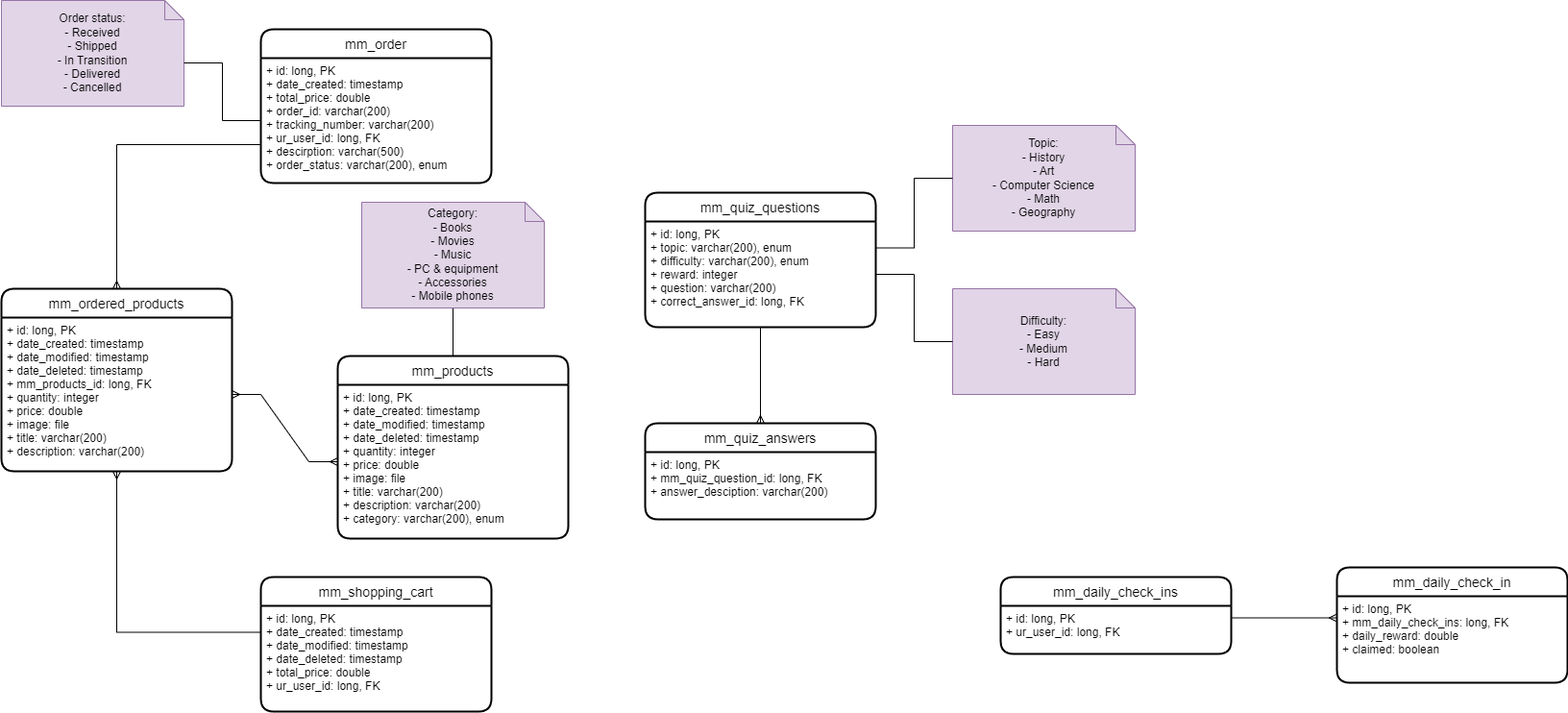
bbozilov26/EMT_2023_backend keeps this draw.io diagram as EMT_diagrams-metamodels.drawio.png. Above is the earlier version. Source tidied: cells renumbered, new cells last; positions are measured from the earlier drawing's top-left corner, leaving out a move shared by most shapes. Source of this version:
```xml
<mxGraphModel>
  <root>
    <mxCell id="0" />
    <mxCell id="1" parent="0" />
    <mxCell id="2" style="edgeStyle=orthogonalEdgeStyle;rounded=0;jettySize=auto;html=1;exitX=0.5;exitY=0;exitDx=0;exitDy=0;entryX=0.5;entryY=1;entryDx=0;entryDy=0;entryPerimeter=0;endArrow=none;endFill=0;" parent="1" edge="1" source="3" target="30">
      <mxGeometry relative="1" as="geometry" />
    </mxCell>
    <mxCell id="3" value="mm_products" style="swimlane;horizontal=1;startSize=30;rounded=1;fontSize=14;fontStyle=0;strokeWidth=2;shadow=0;dashed=0;align=center;" parent="1" vertex="1">
      <mxGeometry x="350" y="370" width="240" height="190" as="geometry" />
    </mxCell>
    <mxCell id="4" value="+ id: long, PK&#10;+ date_created: timestamp&#10;+ date_modified: timestamp&#10;+ date_deleted: timestamp&#10;+ quantity: integer&#10;+ price: double&#10;+ image: file&#10;+ title: varchar(200)&#10;+ description: varchar(200)&#10;+ category: varchar(200), enum" style="align=left;strokeColor=none;fillColor=none;spacingLeft=4;fontSize=12;verticalAlign=top;" parent="3" vertex="1">
      <mxGeometry y="30" width="240" height="160" as="geometry" />
    </mxCell>
    <mxCell id="5" value="Topic:&lt;br&gt;- History&lt;br&gt;- Art&lt;br&gt;- Computer Science&lt;br&gt;- Math&lt;br&gt;- Geography" style="shape=note;size=20;whiteSpace=wrap;html=1;fillColor=#e1d5e7;strokeColor=#9673a6;" parent="1" vertex="1">
      <mxGeometry x="990" y="130" width="190" height="110" as="geometry" />
    </mxCell>
    <mxCell id="6" value="Difficulty:&lt;br&gt;- Easy&lt;br&gt;- Medium&lt;br&gt;- Hard" style="shape=note;size=20;whiteSpace=wrap;html=1;fillColor=#e1d5e7;strokeColor=#9673a6;" parent="1" vertex="1">
      <mxGeometry x="990" y="300" width="190" height="110" as="geometry" />
    </mxCell>
    <mxCell id="7" value="mm_quiz_questions" style="swimlane;horizontal=1;startSize=30;rounded=1;fontSize=14;fontStyle=0;strokeWidth=2;shadow=0;dashed=0;align=center;" parent="1" vertex="1">
      <mxGeometry x="670" y="200" width="240" height="140" as="geometry" />
    </mxCell>
    <mxCell id="8" value="+ id: long, PK&#10;+ topic: varchar(200), enum&#10;+ difficulty: varchar(200), enum&#10;+ reward: integer&#10;+ question: varchar(200)&#10;+ correct_answer_id: long, FK " style="align=left;strokeColor=none;fillColor=none;spacingLeft=4;fontSize=12;verticalAlign=top;" parent="7" vertex="1">
      <mxGeometry y="30" width="240" height="110" as="geometry" />
    </mxCell>
    <mxCell id="9" style="edgeStyle=orthogonalEdgeStyle;rounded=0;jettySize=auto;html=1;exitX=1;exitY=0.25;exitDx=0;exitDy=0;entryX=0;entryY=0.5;entryDx=0;entryDy=0;entryPerimeter=0;endArrow=none;endFill=0;" parent="1" edge="1" source="8" target="5">
      <mxGeometry relative="1" as="geometry" />
    </mxCell>
    <mxCell id="10" style="edgeStyle=orthogonalEdgeStyle;rounded=0;jettySize=auto;html=1;exitX=1;exitY=0.5;exitDx=0;exitDy=0;entryX=0;entryY=0.5;entryDx=0;entryDy=0;entryPerimeter=0;endArrow=none;endFill=0;" parent="1" edge="1" source="8" target="6">
      <mxGeometry relative="1" as="geometry" />
    </mxCell>
    <mxCell id="11" value="mm_quiz_answers" style="swimlane;horizontal=1;startSize=30;rounded=1;fontSize=14;fontStyle=0;strokeWidth=2;shadow=0;dashed=0;align=center;" parent="1" vertex="1">
      <mxGeometry x="670" y="440" width="240" height="100" as="geometry" />
    </mxCell>
    <mxCell id="12" value="+ id: long, PK&#10;+ mm_quiz_question_id: long, FK&#10;+ answer_desciption: varchar(200)" style="align=left;strokeColor=none;fillColor=none;spacingLeft=4;fontSize=12;verticalAlign=top;" parent="11" vertex="1">
      <mxGeometry y="30" width="240" height="70" as="geometry" />
    </mxCell>
    <mxCell id="13" style="edgeStyle=orthogonalEdgeStyle;rounded=0;jettySize=auto;html=1;exitX=0.5;exitY=1;exitDx=0;exitDy=0;entryX=0.5;entryY=0;entryDx=0;entryDy=0;endArrow=ERmany;endFill=0;" parent="1" edge="1" source="8" target="11">
      <mxGeometry relative="1" as="geometry" />
    </mxCell>
    <mxCell id="14" style="edgeStyle=orthogonalEdgeStyle;rounded=0;jettySize=auto;html=1;exitX=0;exitY=0.25;exitDx=0;exitDy=0;entryX=0.5;entryY=1;entryDx=0;entryDy=0;endArrow=ERmany;endFill=0;" parent="1" edge="1" source="16" target="28">
      <mxGeometry relative="1" as="geometry" />
    </mxCell>
    <mxCell id="15" value="mm_shopping_cart" style="swimlane;horizontal=1;startSize=30;rounded=1;fontSize=14;fontStyle=0;strokeWidth=2;shadow=0;dashed=0;align=center;" parent="1" vertex="1">
      <mxGeometry x="270" y="600" width="240" height="140" as="geometry" />
    </mxCell>
    <mxCell id="16" value="+ id: long, PK&#10;+ date_created: timestamp&#10;+ date_modified: timestamp&#10;+ date_deleted: timestamp&#10;+ total_price: double&#10;+ ur_user_id: long, FK" style="align=left;strokeColor=none;fillColor=none;spacingLeft=4;fontSize=12;verticalAlign=top;" parent="15" vertex="1">
      <mxGeometry y="30" width="240" height="110" as="geometry" />
    </mxCell>
    <mxCell id="17" value="mm_daily_check_in" style="swimlane;horizontal=1;startSize=30;rounded=1;fontSize=14;fontStyle=0;strokeWidth=2;shadow=0;dashed=0;align=center;" parent="1" vertex="1">
      <mxGeometry x="1390" y="590" width="240" height="120" as="geometry" />
    </mxCell>
    <mxCell id="18" value="+ id: long, PK&#10;+ mm_daily_check_ins: long, FK&#10;+ daily_reward: double&#10;+ claimed: boolean" style="align=left;strokeColor=none;fillColor=none;spacingLeft=4;fontSize=12;verticalAlign=top;" parent="17" vertex="1">
      <mxGeometry y="30" width="240" height="90" as="geometry" />
    </mxCell>
    <mxCell id="19" value="mm_daily_check_ins" style="swimlane;horizontal=1;startSize=30;rounded=1;fontSize=14;fontStyle=0;strokeWidth=2;shadow=0;dashed=0;align=center;" parent="1" vertex="1">
      <mxGeometry x="1040" y="600" width="240" height="80" as="geometry" />
    </mxCell>
    <mxCell id="20" value="+ id: long, PK&#10;+ ur_user_id: long, FK" style="align=left;strokeColor=none;fillColor=none;spacingLeft=4;fontSize=12;verticalAlign=top;" parent="19" vertex="1">
      <mxGeometry y="30" width="240" height="50" as="geometry" />
    </mxCell>
    <mxCell id="21" style="edgeStyle=orthogonalEdgeStyle;rounded=0;jettySize=auto;html=1;exitX=1;exitY=0.25;exitDx=0;exitDy=0;entryX=0;entryY=0.25;entryDx=0;entryDy=0;endArrow=ERmany;endFill=0;" parent="1" edge="1" source="20" target="18">
      <mxGeometry relative="1" as="geometry" />
    </mxCell>
    <mxCell id="22" value="mm_order" style="swimlane;horizontal=1;startSize=30;rounded=1;fontSize=14;fontStyle=0;strokeWidth=2;shadow=0;dashed=0;align=center;" parent="1" vertex="1">
      <mxGeometry x="270" y="30" width="240" height="160" as="geometry" />
    </mxCell>
    <mxCell id="23" value="+ id: long, PK&#10;+ date_created: timestamp&#10;+ total_price: double&#10;+ order_id: varchar(200)&#10;+ tracking_number: varchar(200)&#10;+ ur_user_id: long, FK&#10;+ descirption: varchar(500)&#10;+ order_status: varchar(200), enum" style="align=left;strokeColor=none;fillColor=none;spacingLeft=4;fontSize=12;verticalAlign=top;" parent="22" vertex="1">
      <mxGeometry y="30" width="240" height="130" as="geometry" />
    </mxCell>
    <mxCell id="24" style="edgeStyle=orthogonalEdgeStyle;rounded=0;jettySize=auto;html=1;exitX=0;exitY=0.75;exitDx=0;exitDy=0;entryX=0.5;entryY=0;entryDx=0;entryDy=0;endArrow=ERmany;endFill=0;" parent="1" edge="1" source="22" target="27">
      <mxGeometry relative="1" as="geometry" />
    </mxCell>
    <mxCell id="25" value="Order status:&lt;br&gt;- Received&lt;br&gt;- Shipped&lt;br&gt;- In Transition&lt;br&gt;- Delivered&lt;br&gt;- Cancelled" style="shape=note;size=20;whiteSpace=wrap;html=1;fillColor=#e1d5e7;strokeColor=#9673a6;" parent="1" vertex="1">
      <mxGeometry width="190" height="110" as="geometry" />
    </mxCell>
    <mxCell id="26" style="edgeStyle=orthogonalEdgeStyle;rounded=0;jettySize=auto;html=1;exitX=0;exitY=0.5;exitDx=0;exitDy=0;entryX=0;entryY=0;entryDx=190;entryDy=65;entryPerimeter=0;endArrow=none;endFill=0;" parent="1" edge="1" source="23" target="25">
      <mxGeometry relative="1" as="geometry" />
    </mxCell>
    <mxCell id="27" value="mm_ordered_products" style="swimlane;horizontal=1;startSize=30;rounded=1;fontSize=14;fontStyle=0;strokeWidth=2;shadow=0;dashed=0;align=center;" parent="1" vertex="1">
      <mxGeometry y="300" width="240" height="190" as="geometry" />
    </mxCell>
    <mxCell id="28" value="+ id: long, PK&#10;+ date_created: timestamp&#10;+ date_modified: timestamp&#10;+ date_deleted: timestamp&#10;+ mm_products_id: long, FK&#10;+ quantity: integer&#10;+ price: double&#10;+ image: file&#10;+ title: varchar(200)&#10;+ description: varchar(200)" style="align=left;strokeColor=none;fillColor=none;spacingLeft=4;fontSize=12;verticalAlign=top;" parent="27" vertex="1">
      <mxGeometry y="30" width="240" height="160" as="geometry" />
    </mxCell>
    <mxCell id="29" style="edgeStyle=entityRelationEdgeStyle;fontSize=12;html=1;endArrow=ERmany;startArrow=ERmany;rounded=0;exitX=1;exitY=0.5;exitDx=0;exitDy=0;entryX=0;entryY=0.5;entryDx=0;entryDy=0;" parent="1" edge="1" source="28" target="4">
      <mxGeometry relative="1" as="geometry" />
    </mxCell>
    <mxCell id="30" value="Category:&lt;br&gt;- Books&lt;br&gt;- Movies&lt;br&gt;- Music&lt;br&gt;- PC &amp;amp; equipment&lt;br&gt;- Accessories&lt;br&gt;- Mobile phones" style="shape=note;size=20;whiteSpace=wrap;html=1;fillColor=#e1d5e7;strokeColor=#9673a6;" parent="1" vertex="1">
      <mxGeometry x="375" y="210" width="190" height="110" as="geometry" />
    </mxCell>
  </root>
</mxGraphModel>
```
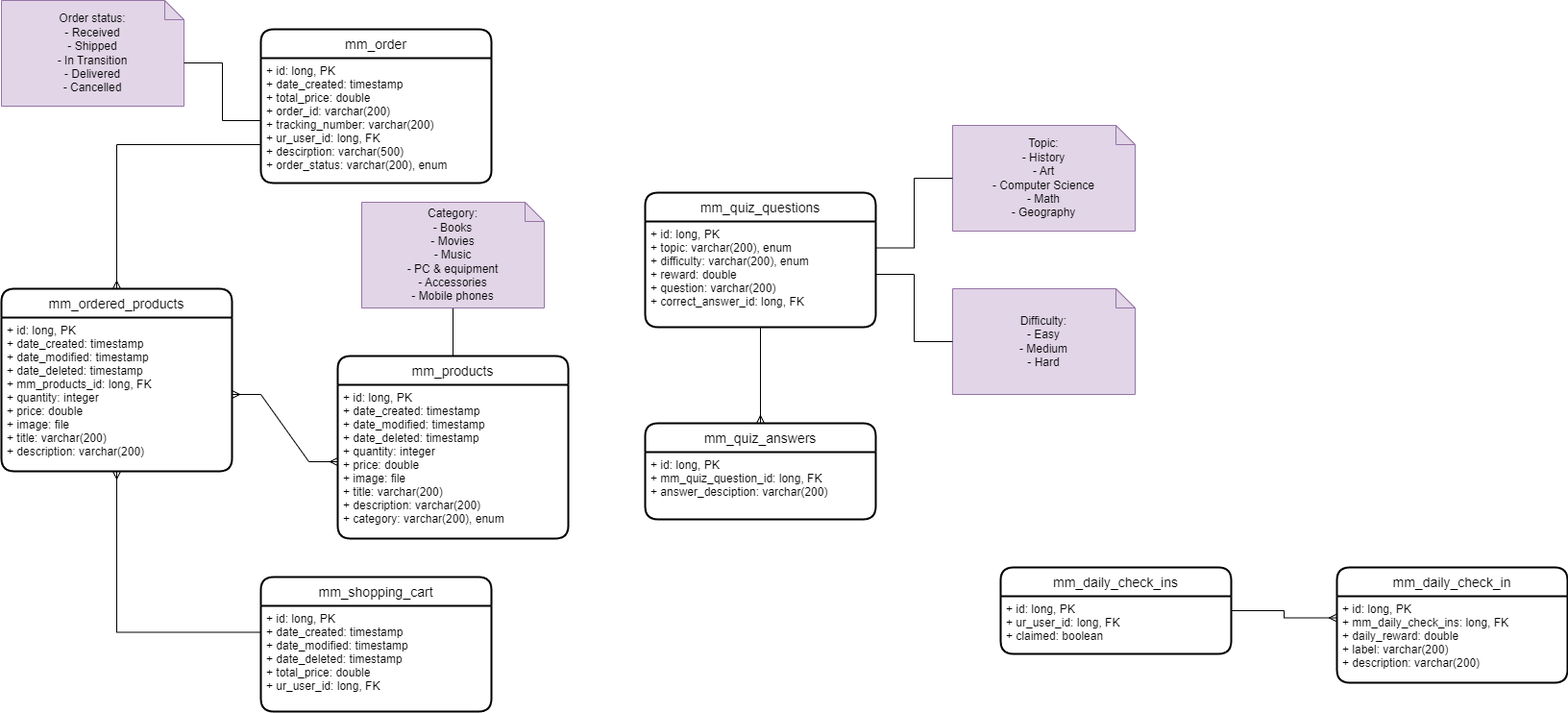
After the change.

Change to the diagram source:
```diff
@@ -20,7 +20,7 @@
     <mxCell id="7" value="mm_quiz_questions" style="swimlane;horizontal=1;startSize=30;rounded=1;fontSize=14;fontStyle=0;strokeWidth=2;shadow=0;dashed=0;align=center;" parent="1" vertex="1">
       <mxGeometry x="670" y="200" width="240" height="140" as="geometry" />
     </mxCell>
-    <mxCell id="8" value="+ id: long, PK&#10;+ topic: varchar(200), enum&#10;+ difficulty: varchar(200), enum&#10;+ reward: integer&#10;+ question: varchar(200)&#10;+ correct_answer_id: long, FK " style="align=left;strokeColor=none;fillColor=none;spacingLeft=4;fontSize=12;verticalAlign=top;" parent="7" vertex="1">
+    <mxCell id="8" value="+ id: long, PK&#10;+ topic: varchar(200), enum&#10;+ difficulty: varchar(200), enum&#10;+ reward: double&#10;+ question: varchar(200)&#10;+ correct_answer_id: long, FK " style="align=left;strokeColor=none;fillColor=none;spacingLeft=4;fontSize=12;verticalAlign=top;" parent="7" vertex="1">
       <mxGeometry y="30" width="240" height="110" as="geometry" />
     </mxCell>
     <mxCell id="9" style="edgeStyle=orthogonalEdgeStyle;rounded=0;jettySize=auto;html=1;exitX=1;exitY=0.25;exitDx=0;exitDy=0;entryX=0;entryY=0.5;entryDx=0;entryDy=0;entryPerimeter=0;endArrow=none;endFill=0;" parent="1" edge="1" source="8" target="5">
@@ -50,14 +50,14 @@
     <mxCell id="17" value="mm_daily_check_in" style="swimlane;horizontal=1;startSize=30;rounded=1;fontSize=14;fontStyle=0;strokeWidth=2;shadow=0;dashed=0;align=center;" parent="1" vertex="1">
       <mxGeometry x="1390" y="590" width="240" height="120" as="geometry" />
     </mxCell>
-    <mxCell id="18" value="+ id: long, PK&#10;+ mm_daily_check_ins: long, FK&#10;+ daily_reward: double&#10;+ claimed: boolean" style="align=left;strokeColor=none;fillColor=none;spacingLeft=4;fontSize=12;verticalAlign=top;" parent="17" vertex="1">
+    <mxCell id="18" value="+ id: long, PK&#10;+ mm_daily_check_ins: long, FK&#10;+ daily_reward: double&#10;+ label: varchar(200)&#10;+ description: varchar(200)" style="align=left;strokeColor=none;fillColor=none;spacingLeft=4;fontSize=12;verticalAlign=top;" parent="17" vertex="1">
       <mxGeometry y="30" width="240" height="90" as="geometry" />
     </mxCell>
     <mxCell id="19" value="mm_daily_check_ins" style="swimlane;horizontal=1;startSize=30;rounded=1;fontSize=14;fontStyle=0;strokeWidth=2;shadow=0;dashed=0;align=center;" parent="1" vertex="1">
-      <mxGeometry x="1040" y="600" width="240" height="80" as="geometry" />
+      <mxGeometry x="1040" y="590" width="240" height="90" as="geometry" />
     </mxCell>
-    <mxCell id="20" value="+ id: long, PK&#10;+ ur_user_id: long, FK" style="align=left;strokeColor=none;fillColor=none;spacingLeft=4;fontSize=12;verticalAlign=top;" parent="19" vertex="1">
-      <mxGeometry y="30" width="240" height="50" as="geometry" />
+    <mxCell id="20" value="+ id: long, PK&#10;+ ur_user_id: long, FK&#10;+ claimed: boolean" style="align=left;strokeColor=none;fillColor=none;spacingLeft=4;fontSize=12;verticalAlign=top;" parent="19" vertex="1">
+      <mxGeometry y="30" width="240" height="60" as="geometry" />
     </mxCell>
     <mxCell id="21" style="edgeStyle=orthogonalEdgeStyle;rounded=0;jettySize=auto;html=1;exitX=1;exitY=0.25;exitDx=0;exitDy=0;entryX=0;entryY=0.25;entryDx=0;entryDy=0;endArrow=ERmany;endFill=0;" parent="1" edge="1" source="20" target="18">
       <mxGeometry relative="1" as="geometry" />
```
